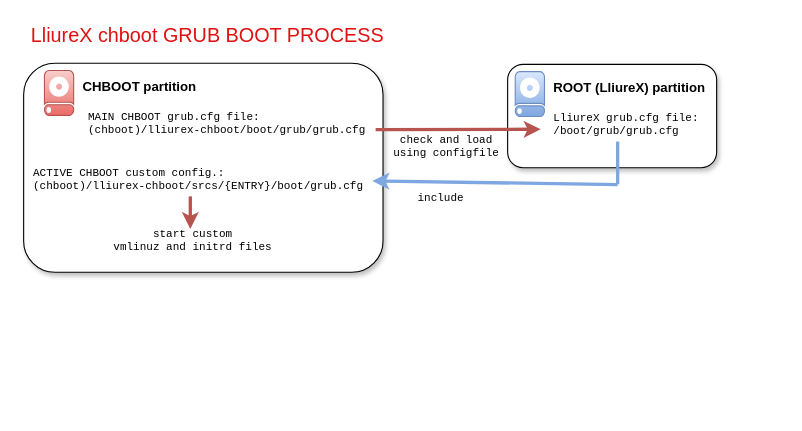
This is images/chboot-boot.drawio from lliurex/lliurex-chboot, a draw.io file, before an edit. Source tidied: cells renumbered, new cells numbered last; positions are measured from the earlier drawing's top-left corner, leaving out a move shared by most shapes. Both pictures are drawn from the tidied source at 110%, with x=0, y=0 at pixel (23, 19).
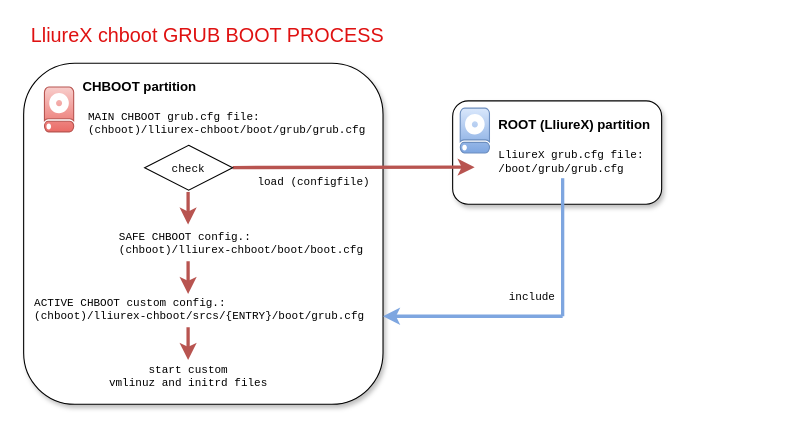
Above is the later version.

The edit, as a diff of the source:
```diff
@@
     <mxCell id="3" style="rounded=1;whiteSpace=wrap;html=1;textShadow=0;labelBorderColor=default;spacingRight=0;labelBackgroundColor=none;spacingBottom=0;shadow=1;" parent="1" vertex="1">
-      <mxGeometry y="40" width="326.7" height="190" as="geometry" />
+      <mxGeometry y="40" width="326.7" height="310" as="geometry" />
     </mxCell>
@@
     <mxCell id="6" style="shadow=0;dashed=0;html=1;strokeColor=#b85450;fillColor=#f8cecc;labelPosition=center;verticalLabelPosition=bottom;verticalAlign=top;align=center;shape=mxgraph.veeam.2d.hard_drive;gradientColor=#ea6b66;" parent="1" vertex="1">
-      <mxGeometry x="18.9" y="46.6" width="26.7" height="40.8" as="geometry" />
+      <mxGeometry x="18.9" y="61.6" width="26.7" height="40.8" as="geometry" />
     </mxCell>
     <mxCell id="7" style="rounded=1;whiteSpace=wrap;html=1;textShadow=0;labelBorderColor=default;spacingRight=0;labelBackgroundColor=none;spacingBottom=0;shadow=1;" parent="1" vertex="1">
-      <mxGeometry x="440" y="41" width="190" height="94" as="geometry" />
+      <mxGeometry x="390" y="74.2" width="190" height="94" as="geometry" />
     </mxCell>
     <mxCell id="8" value="&lt;span style=&quot;text-wrap-mode: nowrap;&quot;&gt;&lt;font&gt;&lt;b&gt;ROOT (LliureX) partition&lt;/b&gt;&amp;nbsp;&lt;/font&gt;&lt;/span&gt;" style="text;html=1;strokeColor=none;fillColor=none;align=left;verticalAlign=middle;whiteSpace=wrap;overflow=hidden;" parent="1" vertex="1">
-      <mxGeometry x="480" y="50.2" width="210" height="25" as="geometry" />
+      <mxGeometry x="430" y="83.5" width="210" height="25" as="geometry" />
     </mxCell>
     <mxCell id="9" value="LliureX grub.cfg file:&lt;br&gt;/boot/grub/grub.cfg" style="text;html=1;strokeColor=none;fillColor=none;align=left;verticalAlign=middle;whiteSpace=wrap;overflow=hidden;fontFamily=Courier New;fontSize=10;" parent="1" vertex="1">
-      <mxGeometry x="480" y="81.2" width="140" height="30" as="geometry" />
+      <mxGeometry x="430" y="114.5" width="140" height="30" as="geometry" />
     </mxCell>
     <mxCell id="10" style="shadow=0;dashed=0;html=1;strokeColor=#6c8ebf;fillColor=#dae8fc;labelPosition=center;verticalLabelPosition=bottom;verticalAlign=top;align=center;shape=mxgraph.veeam.2d.hard_drive;gradientColor=#7ea6e0;" parent="1" vertex="1">
-      <mxGeometry x="446.9" y="47.6" width="26.7" height="40.8" as="geometry" />
+      <mxGeometry x="396.9" y="80.8" width="26.7" height="40.8" as="geometry" />
     </mxCell>
     <mxCell id="11" style="endArrow=classic;html=1;rounded=0;fillColor=#f8cecc;gradientColor=#ea6b66;strokeColor=#b85450;strokeWidth=3;" parent="1" edge="1">
       <mxGeometry relative="1" as="geometry">
-        <mxPoint x="320" y="100.3" as="sourcePoint" />
-        <mxPoint x="470" y="100" as="targetPoint" />
+        <mxPoint x="190" y="134.8" as="sourcePoint" />
+        <mxPoint x="410" y="134.5" as="targetPoint" />
       </mxGeometry>
     </mxCell>
-    <mxCell id="12" value="check and load&lt;br&gt;using configfile" style="text;html=1;strokeColor=none;fillColor=none;align=center;verticalAlign=middle;whiteSpace=wrap;overflow=hidden;fontFamily=Courier New;fontSize=10;" parent="1" vertex="1">
-      <mxGeometry x="332" y="95.2" width="105.3" height="40.8" as="geometry" />
+    <mxCell id="12" value="load (configfile)" style="text;html=1;strokeColor=none;fillColor=none;align=center;verticalAlign=middle;whiteSpace=wrap;overflow=hidden;fontFamily=Courier New;fontSize=10;" parent="1" vertex="1">
+      <mxGeometry x="190" y="127.5" width="148.3" height="40.8" as="geometry" />
     </mxCell>
     <mxCell id="13" value="ACTIVE CHBOOT custom config.:&lt;br&gt;(chboot)/lliurex-chboot/srcs/{ENTRY}/boot/grub.cfg&lt;div&gt;&lt;br&gt;&lt;/div&gt;" style="text;html=1;strokeColor=none;fillColor=none;align=left;verticalAlign=middle;whiteSpace=wrap;overflow=hidden;fontFamily=Courier New;fontSize=10;" parent="1" vertex="1">
-      <mxGeometry x="7" y="132" width="310" height="30" as="geometry" />
+      <mxGeometry x="8.4" y="250" width="310" height="30" as="geometry" />
     </mxCell>
     <mxCell id="14" style="endArrow=none;html=1;rounded=0;defaultLabelBackgroundColor=page;labelPadding=0 4;strokeWidth=3;fillColor=#cce5ff;strokeColor=#7EA6E0;" parent="1" edge="1">
       <mxGeometry relative="1" as="geometry">
-        <mxPoint x="540" y="150" as="sourcePoint" />
-        <mxPoint x="540" y="111.2" as="targetPoint" />
+        <mxPoint x="490" y="270" as="sourcePoint" />
+        <mxPoint x="490" y="144.5" as="targetPoint" />
       </mxGeometry>
     </mxCell>
-    <mxCell id="15" style="endArrow=classic;html=1;rounded=0;fillColor=#f8cecc;gradientColor=#ea6b66;strokeColor=#7EA6E0;strokeWidth=3;entryX=1;entryY=0.5;entryDx=0;entryDy=0;" parent="1" edge="1" target="13">
+    <mxCell id="15" style="endArrow=classic;html=1;rounded=0;fillColor=#f8cecc;gradientColor=#ea6b66;strokeColor=#7EA6E0;strokeWidth=3;entryX=1;entryY=0.5;entryDx=0;entryDy=0;" parent="1" edge="1">
       <mxGeometry relative="1" as="geometry">
-        <mxPoint x="540" y="150.3" as="sourcePoint" />
+        <mxPoint x="490" y="270" as="sourcePoint" />
+        <mxPoint x="326.7" y="270" as="targetPoint" />
       </mxGeometry>
     </mxCell>
     <mxCell id="16" value="include" style="text;html=1;strokeColor=none;fillColor=none;align=center;verticalAlign=middle;whiteSpace=wrap;overflow=hidden;fontFamily=Courier New;fontSize=10;" parent="1" vertex="1">
-      <mxGeometry x="326.7" y="150" width="105.3" height="25" as="geometry" />
+      <mxGeometry x="410" y="240" width="105.3" height="25" as="geometry" />
     </mxCell>
     <mxCell id="17" style="endArrow=classic;html=1;rounded=0;fillColor=#f8cecc;gradientColor=#ea6b66;strokeColor=#b85450;strokeWidth=3;" parent="1" edge="1">
       <mxGeometry relative="1" as="geometry">
-        <mxPoint x="151.5" y="161" as="sourcePoint" />
-        <mxPoint x="151.5" y="190.7" as="targetPoint" />
+        <mxPoint x="149.5" y="157" as="sourcePoint" />
+        <mxPoint x="149.5" y="186.7" as="targetPoint" />
       </mxGeometry>
     </mxCell>
     <mxCell id="18" value="start custom&lt;br&gt;vmlinuz and initrd files" style="text;html=1;strokeColor=none;fillColor=none;align=center;verticalAlign=middle;whiteSpace=wrap;overflow=hidden;fontFamily=Courier New;fontSize=10;" parent="1" vertex="1">
-      <mxGeometry x="64" y="186" width="180" height="30" as="geometry" />
+      <mxGeometry x="60" y="310" width="180" height="30" as="geometry" />
     </mxCell>
+    <mxCell id="19" value="&lt;font face=&quot;Courier New&quot; style=&quot;font-size: 10px;&quot;&gt;check&lt;/font&gt;" style="rhombus;whiteSpace=wrap;html=1;shapeInside=1;" parent="1" vertex="1">
+      <mxGeometry x="110" y="114.6" width="80" height="40.8" as="geometry" />
+    </mxCell>
+    <mxCell id="20" value="SAFE CHBOOT config.:&lt;br&gt;(chboot)/lliurex-chboot/boot/boot.cfg&lt;div&gt;&lt;br&gt;&lt;/div&gt;" style="text;html=1;strokeColor=none;fillColor=none;align=left;verticalAlign=middle;whiteSpace=wrap;overflow=hidden;fontFamily=Courier New;fontSize=10;" parent="1" vertex="1">
+      <mxGeometry x="85.4" y="190" width="231.6" height="30" as="geometry" />
+    </mxCell>
+    <mxCell id="21" style="endArrow=classic;html=1;rounded=0;fillColor=#f8cecc;gradientColor=#ea6b66;strokeColor=#b85450;strokeWidth=3;" parent="1" edge="1">
+      <mxGeometry relative="1" as="geometry">
+        <mxPoint x="149.5" y="220" as="sourcePoint" />
+        <mxPoint x="149.5" y="249.7" as="targetPoint" />
+      </mxGeometry>
+    </mxCell>
+    <mxCell id="22" style="endArrow=classic;html=1;rounded=0;fillColor=#f8cecc;gradientColor=#ea6b66;strokeColor=#b85450;strokeWidth=3;" parent="1" edge="1">
+      <mxGeometry relative="1" as="geometry">
+        <mxPoint x="149.5" y="280" as="sourcePoint" />
+        <mxPoint x="149.5" y="309.7" as="targetPoint" />
+      </mxGeometry>
+    </mxCell>
```
